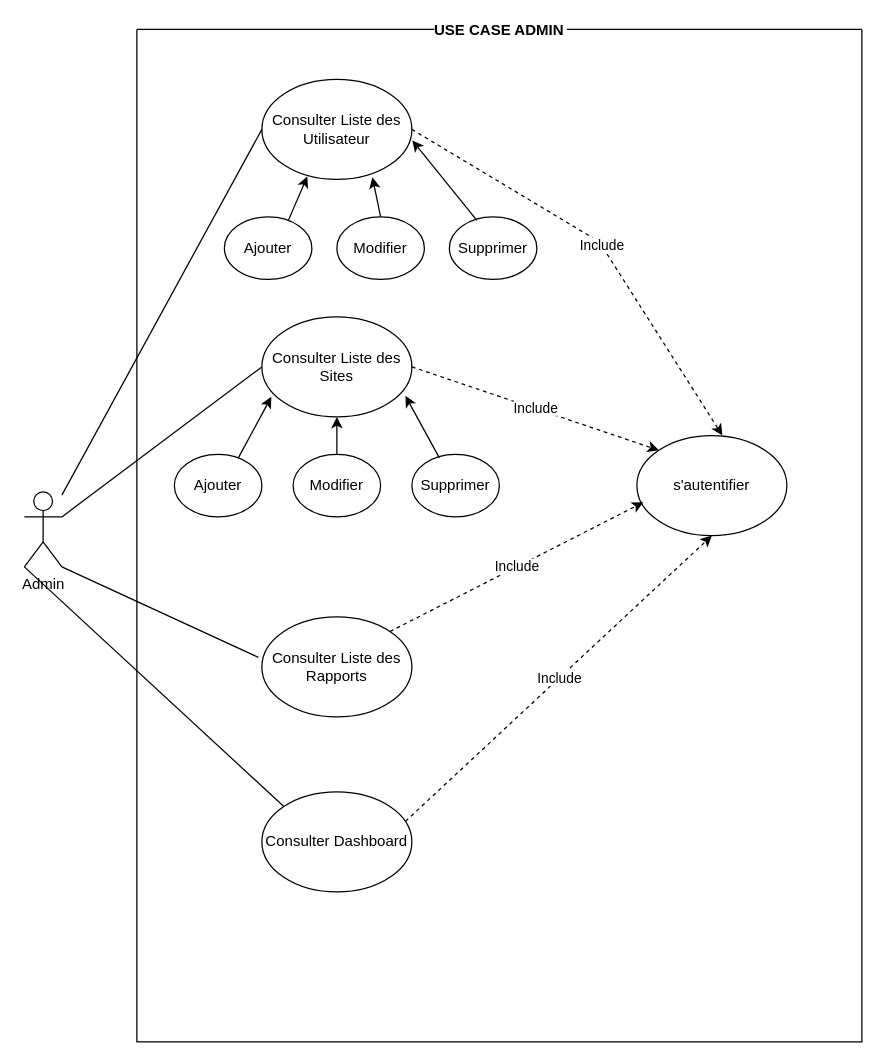
Above: page "Admin" (4 of 4) of Conception/USE_CASE.drawio in Belakebi-Amine/djezzy_supervision (draw.io), before the change. Source tidied: cells renumbered, new cells numbered last; positions are measured from the earlier drawing's top-left corner, leaving out a move shared by most shapes. Both pictures are drawn from the tidied source at 125%, with x=0, y=0 at pixel (24, 29).
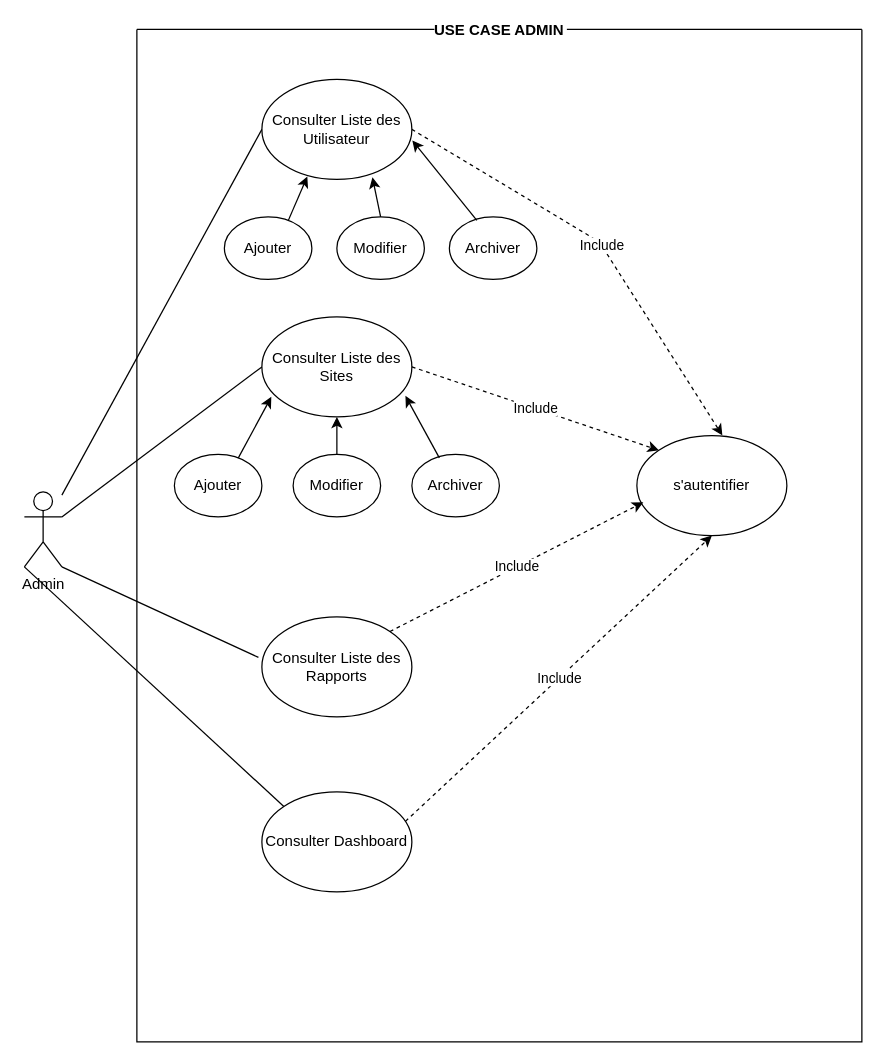
The same page after the edit.

The change refers to these unchanged cells:
```xml
<mxCell id="3" value="USE CASE ADMIN" style="swimlane;startSize=0;labelBackgroundColor=default;" parent="1" vertex="1">
  <mxGeometry x="90" width="580" height="810" as="geometry" />
</mxCell>
```

What changed in the source:
```diff
@@
-    <mxCell id="8" value="Supprimer" style="ellipse;whiteSpace=wrap;html=1;" parent="3" vertex="1">
+    <mxCell id="8" value="Archiver" style="ellipse;whiteSpace=wrap;html=1;" parent="3" vertex="1">
       <mxGeometry x="250" y="150" width="70" height="50" as="geometry" />
     </mxCell>
@@
-    <mxCell id="15" value="Supprimer" style="ellipse;whiteSpace=wrap;html=1;" parent="3" vertex="1">
+    <mxCell id="15" value="&lt;span style=&quot;color: rgb(0, 0, 0);&quot;&gt;Archiver&lt;/span&gt;" style="ellipse;whiteSpace=wrap;html=1;" parent="3" vertex="1">
       <mxGeometry x="220" y="340" width="70" height="50" as="geometry" />
     </mxCell>
```
